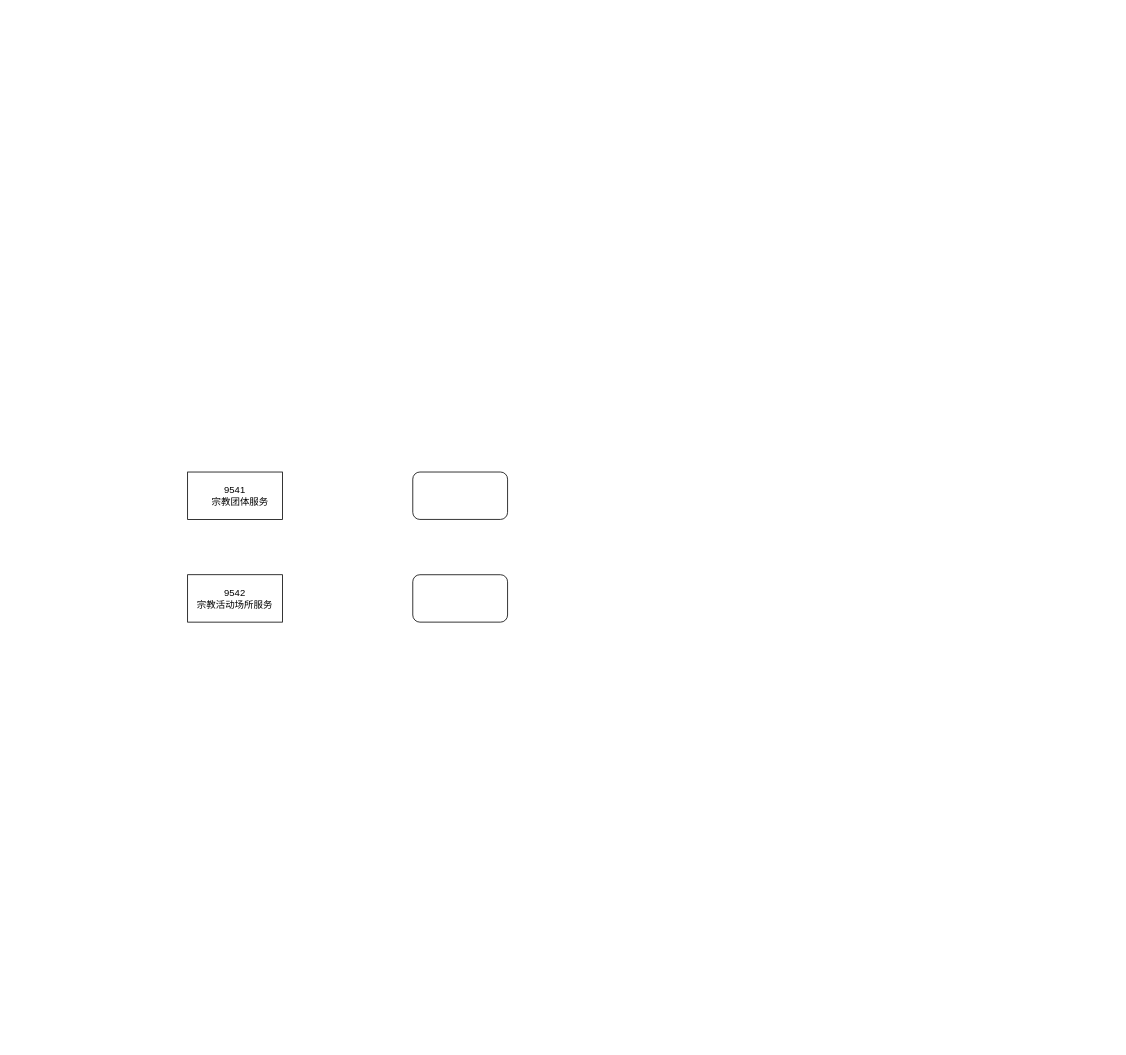
Earlier version of the draw.io diagram 组织机构-行业分类映射.drawio (n-i-n-g-e-n/drawio). Source tidied: cells renumbered, new cells numbered last; positions are measured from the earlier drawing's top-left corner, leaving out a move shared by most shapes. Both pictures are drawn from the tidied source at 79%, with x=0, y=0 at pixel (187, 472).
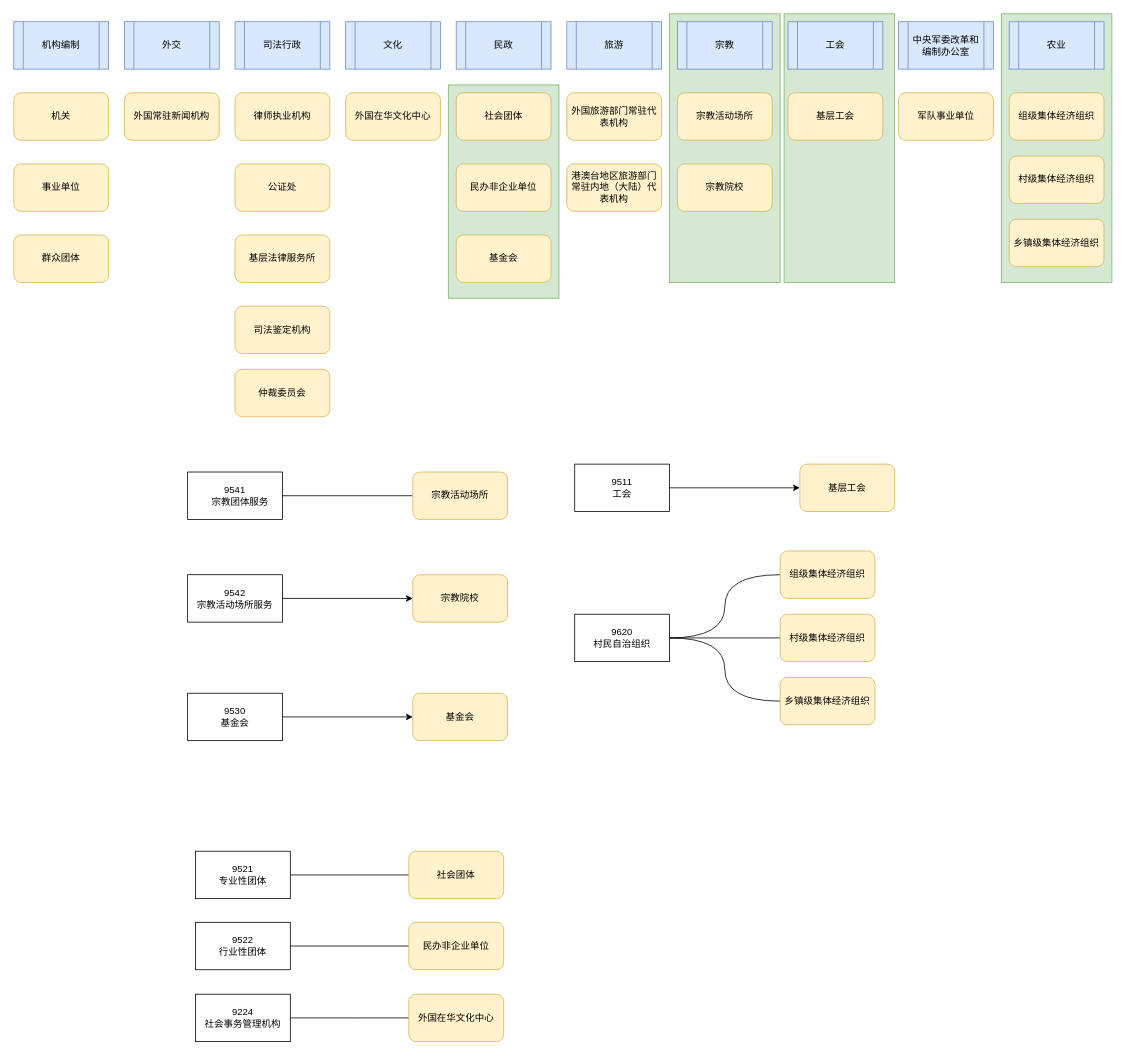
The same diagram, later.

Commit message:
更新组织机构-行业分类映射.drawio

Unchanged cells that the change refers to:
```xml
<mxCell id="2" value="&lt;div&gt;&lt;br&gt;&lt;/div&gt;&lt;div&gt;9541&lt;/div&gt;&lt;div&gt;&amp;nbsp; &amp;nbsp; 宗教团体服务&lt;/div&gt;&lt;div&gt;&lt;br&gt;&lt;/div&gt;" style="rounded=0;whiteSpace=wrap;html=1;" parent="1" vertex="1">
  <mxGeometry width="120" height="60" as="geometry" />
</mxCell>
<mxCell id="3" value="&lt;div&gt;9542&lt;/div&gt;宗教活动场所服务" style="rounded=0;whiteSpace=wrap;html=1;" parent="1" vertex="1">
  <mxGeometry y="130" width="120" height="60" as="geometry" />
</mxCell>
```

Change to the diagram source:
```diff
@@
+    <mxCell id="6" style="rounded=0;whiteSpace=wrap;html=1;fillColor=#d5e8d4;strokeColor=#82b366;" parent="1" vertex="1">
+      <mxGeometry x="330" y="-490" width="140" height="270" as="geometry" />
+    </mxCell>
+    <mxCell id="7" style="rounded=0;whiteSpace=wrap;html=1;fillColor=#d5e8d4;strokeColor=#82b366;" parent="1" vertex="1">
+      <mxGeometry x="1030" y="-580" width="140" height="340" as="geometry" />
+    </mxCell>
+    <mxCell id="8" style="rounded=0;whiteSpace=wrap;html=1;fillColor=#d5e8d4;strokeColor=#82b366;" parent="1" vertex="1">
+      <mxGeometry x="755" y="-580" width="140" height="340" as="geometry" />
+    </mxCell>
+    <mxCell id="9" style="rounded=0;whiteSpace=wrap;html=1;fillColor=#d5e8d4;strokeColor=#82b366;" parent="1" vertex="1">
+      <mxGeometry x="610" y="-580" width="140" height="340" as="geometry" />
+    </mxCell>
+    <mxCell id="10" style="edgeStyle=orthogonalEdgeStyle;rounded=0;jettySize=auto;html=1;exitX=1;exitY=0.5;exitDx=0;exitDy=0;endArrow=none;endFill=0;" parent="1" edge="1" source="2" target="4">
+      <mxGeometry relative="1" as="geometry" />
+    </mxCell>
@@
+    <mxCell id="11" style="edgeStyle=orthogonalEdgeStyle;rounded=0;jettySize=auto;html=1;exitX=1;exitY=0.5;exitDx=0;exitDy=0;" parent="1" edge="1" source="3" target="5">
+      <mxGeometry relative="1" as="geometry" />
+    </mxCell>
@@
-    <mxCell id="4" style="rounded=1;whiteSpace=wrap;html=1;" parent="1" vertex="1">
+    <mxCell id="4" value="宗教活动场所" style="rounded=1;whiteSpace=wrap;html=1;fillColor=#fff2cc;strokeColor=#d6b656;" parent="1" vertex="1">
       <mxGeometry x="285" width="120" height="60" as="geometry" />
     </mxCell>
-    <mxCell id="5" style="rounded=1;whiteSpace=wrap;html=1;" parent="1" vertex="1">
+    <mxCell id="5" value="宗教院校" style="rounded=1;whiteSpace=wrap;html=1;fillColor=#fff2cc;strokeColor=#d6b656;" parent="1" vertex="1">
       <mxGeometry x="285" y="130" width="120" height="60" as="geometry" />
     </mxCell>
+    <mxCell id="12" value="机构编制" style="shape=process;whiteSpace=wrap;html=1;backgroundOutline=1;fillColor=#dae8fc;strokeColor=#6c8ebf;" parent="1" vertex="1">
+      <mxGeometry x="-220" y="-570" width="120" height="60" as="geometry" />
+    </mxCell>
+    <mxCell id="13" value="机关" style="rounded=1;whiteSpace=wrap;html=1;fillColor=#fff2cc;strokeColor=#d6b656;" parent="1" vertex="1">
+      <mxGeometry x="-220" y="-480" width="120" height="60" as="geometry" />
+    </mxCell>
+    <mxCell id="14" value="事业单位" style="rounded=1;whiteSpace=wrap;html=1;fillColor=#fff2cc;strokeColor=#d6b656;" parent="1" vertex="1">
+      <mxGeometry x="-220" y="-390" width="120" height="60" as="geometry" />
+    </mxCell>
+    <mxCell id="15" value="群众团体" style="rounded=1;whiteSpace=wrap;html=1;fillColor=#fff2cc;strokeColor=#d6b656;" parent="1" vertex="1">
+      <mxGeometry x="-220" y="-300" width="120" height="60" as="geometry" />
+    </mxCell>
+    <mxCell id="16" value="外交" style="shape=process;whiteSpace=wrap;html=1;backgroundOutline=1;fillColor=#dae8fc;strokeColor=#6c8ebf;" parent="1" vertex="1">
+      <mxGeometry x="-80" y="-570" width="120" height="60" as="geometry" />
+    </mxCell>
+    <mxCell id="17" value="外国常驻新闻机构" style="rounded=1;whiteSpace=wrap;html=1;fillColor=#fff2cc;strokeColor=#d6b656;" parent="1" vertex="1">
+      <mxGeometry x="-80" y="-480" width="120" height="60" as="geometry" />
+    </mxCell>
+    <mxCell id="18" value="司法行政" style="shape=process;whiteSpace=wrap;html=1;backgroundOutline=1;fillColor=#dae8fc;strokeColor=#6c8ebf;" parent="1" vertex="1">
+      <mxGeometry x="60" y="-570" width="120" height="60" as="geometry" />
+    </mxCell>
+    <mxCell id="19" value="律师执业机构" style="rounded=1;whiteSpace=wrap;html=1;fillColor=#fff2cc;strokeColor=#d6b656;" parent="1" vertex="1">
+      <mxGeometry x="60" y="-480" width="120" height="60" as="geometry" />
+    </mxCell>
+    <mxCell id="20" value="公证处" style="rounded=1;whiteSpace=wrap;html=1;fillColor=#fff2cc;strokeColor=#d6b656;" parent="1" vertex="1">
+      <mxGeometry x="60" y="-390" width="120" height="60" as="geometry" />
+    </mxCell>
+    <mxCell id="21" value="基层法律服务所" style="rounded=1;whiteSpace=wrap;html=1;fillColor=#fff2cc;strokeColor=#d6b656;" parent="1" vertex="1">
+      <mxGeometry x="60" y="-300" width="120" height="60" as="geometry" />
+    </mxCell>
+    <mxCell id="22" value="司法鉴定机构" style="rounded=1;whiteSpace=wrap;html=1;fillColor=#fff2cc;strokeColor=#d6b656;" parent="1" vertex="1">
+      <mxGeometry x="60" y="-210" width="120" height="60" as="geometry" />
+    </mxCell>
+    <mxCell id="23" value="仲裁委员会" style="rounded=1;whiteSpace=wrap;html=1;fillColor=#fff2cc;strokeColor=#d6b656;" parent="1" vertex="1">
+      <mxGeometry x="60" y="-130" width="120" height="60" as="geometry" />
+    </mxCell>
+    <mxCell id="24" value="文化" style="shape=process;whiteSpace=wrap;html=1;backgroundOutline=1;fillColor=#dae8fc;strokeColor=#6c8ebf;" parent="1" vertex="1">
+      <mxGeometry x="200" y="-570" width="120" height="60" as="geometry" />
+    </mxCell>
+    <mxCell id="25" value="外国在华文化中心" style="rounded=1;whiteSpace=wrap;html=1;fillColor=#fff2cc;strokeColor=#d6b656;" parent="1" vertex="1">
+      <mxGeometry x="200" y="-480" width="120" height="60" as="geometry" />
+    </mxCell>
+    <mxCell id="26" value="民政" style="shape=process;whiteSpace=wrap;html=1;backgroundOutline=1;fillColor=#dae8fc;strokeColor=#6c8ebf;" parent="1" vertex="1">
+      <mxGeometry x="340" y="-570" width="120" height="60" as="geometry" />
+    </mxCell>
+    <mxCell id="27" value="旅游" style="shape=process;whiteSpace=wrap;html=1;backgroundOutline=1;fillColor=#dae8fc;strokeColor=#6c8ebf;" parent="1" vertex="1">
+      <mxGeometry x="480" y="-570" width="120" height="60" as="geometry" />
+    </mxCell>
+    <mxCell id="28" value="宗教" style="shape=process;whiteSpace=wrap;html=1;backgroundOutline=1;fillColor=#dae8fc;strokeColor=#6c8ebf;" parent="1" vertex="1">
+      <mxGeometry x="620" y="-570" width="120" height="60" as="geometry" />
+    </mxCell>
+    <mxCell id="29" value="工会" style="shape=process;whiteSpace=wrap;html=1;backgroundOutline=1;fillColor=#dae8fc;strokeColor=#6c8ebf;" parent="1" vertex="1">
+      <mxGeometry x="760" y="-570" width="120" height="60" as="geometry" />
+    </mxCell>
+    <mxCell id="30" value="中央军委改革和编制办公室" style="shape=process;whiteSpace=wrap;html=1;backgroundOutline=1;fillColor=#dae8fc;strokeColor=#6c8ebf;" parent="1" vertex="1">
+      <mxGeometry x="900" y="-570" width="120" height="60" as="geometry" />
+    </mxCell>
+    <mxCell id="31" value="农业" style="shape=process;whiteSpace=wrap;html=1;backgroundOutline=1;fillColor=#dae8fc;strokeColor=#6c8ebf;" parent="1" vertex="1">
+      <mxGeometry x="1040" y="-570" width="120" height="60" as="geometry" />
+    </mxCell>
+    <mxCell id="32" value="社会团体" style="rounded=1;whiteSpace=wrap;html=1;fillColor=#fff2cc;strokeColor=#d6b656;" parent="1" vertex="1">
+      <mxGeometry x="340" y="-480" width="120" height="60" as="geometry" />
+    </mxCell>
+    <mxCell id="33" value="民办非企业单位" style="rounded=1;whiteSpace=wrap;html=1;fillColor=#fff2cc;strokeColor=#d6b656;" parent="1" vertex="1">
+      <mxGeometry x="340" y="-390" width="120" height="60" as="geometry" />
+    </mxCell>
+    <mxCell id="34" value="基金会" style="rounded=1;whiteSpace=wrap;html=1;fillColor=#fff2cc;strokeColor=#d6b656;" parent="1" vertex="1">
+      <mxGeometry x="340" y="-300" width="120" height="60" as="geometry" />
+    </mxCell>
+    <mxCell id="35" value="外国旅游部门常驻代表机构" style="rounded=1;whiteSpace=wrap;html=1;fillColor=#fff2cc;strokeColor=#d6b656;" parent="1" vertex="1">
+      <mxGeometry x="480" y="-480" width="120" height="60" as="geometry" />
+    </mxCell>
+    <mxCell id="36" value="港澳台地区旅游部门常驻内地（大陆）代表机构" style="rounded=1;whiteSpace=wrap;html=1;fillColor=#fff2cc;strokeColor=#d6b656;" parent="1" vertex="1">
+      <mxGeometry x="480" y="-390" width="120" height="60" as="geometry" />
+    </mxCell>
+    <mxCell id="37" value="宗教活动场所" style="rounded=1;whiteSpace=wrap;html=1;fillColor=#fff2cc;strokeColor=#d6b656;" parent="1" vertex="1">
+      <mxGeometry x="620" y="-480" width="120" height="60" as="geometry" />
+    </mxCell>
+    <mxCell id="38" value="宗教院校" style="rounded=1;whiteSpace=wrap;html=1;fillColor=#fff2cc;strokeColor=#d6b656;" parent="1" vertex="1">
+      <mxGeometry x="620" y="-390" width="120" height="60" as="geometry" />
+    </mxCell>
+    <mxCell id="39" value="基层工会" style="rounded=1;whiteSpace=wrap;html=1;fillColor=#fff2cc;strokeColor=#d6b656;" parent="1" vertex="1">
+      <mxGeometry x="760" y="-480" width="120" height="60" as="geometry" />
+    </mxCell>
+    <mxCell id="40" value="军队事业单位" style="rounded=1;whiteSpace=wrap;html=1;fillColor=#fff2cc;strokeColor=#d6b656;" parent="1" vertex="1">
+      <mxGeometry x="900" y="-480" width="120" height="60" as="geometry" />
+    </mxCell>
+    <mxCell id="41" value="组级集体经济组织" style="rounded=1;whiteSpace=wrap;html=1;fillColor=#fff2cc;strokeColor=#d6b656;" parent="1" vertex="1">
+      <mxGeometry x="1040" y="-480" width="120" height="60" as="geometry" />
+    </mxCell>
+    <mxCell id="42" value="村级集体经济组织" style="rounded=1;whiteSpace=wrap;html=1;fillColor=#fff2cc;strokeColor=#d6b656;" parent="1" vertex="1">
+      <mxGeometry x="1040" y="-400" width="120" height="60" as="geometry" />
+    </mxCell>
+    <mxCell id="43" value="乡镇级集体经济组织" style="rounded=1;whiteSpace=wrap;html=1;fillColor=#fff2cc;strokeColor=#d6b656;" parent="1" vertex="1">
+      <mxGeometry x="1040" y="-320" width="120" height="60" as="geometry" />
+    </mxCell>
+    <mxCell id="44" style="edgeStyle=orthogonalEdgeStyle;rounded=0;jettySize=auto;html=1;exitX=1;exitY=0.5;exitDx=0;exitDy=0;" parent="1" edge="1" source="45" target="46">
+      <mxGeometry relative="1" as="geometry" />
+    </mxCell>
+    <mxCell id="45" value="9511&lt;div&gt;&lt;/div&gt;&lt;div&gt;工会&lt;br&gt;&lt;/div&gt;" style="rounded=0;whiteSpace=wrap;html=1;" parent="1" vertex="1">
+      <mxGeometry x="490" y="-10" width="120" height="60" as="geometry" />
+    </mxCell>
+    <mxCell id="46" value="基层工会" style="rounded=1;whiteSpace=wrap;html=1;fillColor=#fff2cc;strokeColor=#d6b656;" parent="1" vertex="1">
+      <mxGeometry x="775" y="-10" width="120" height="60" as="geometry" />
+    </mxCell>
+    <mxCell id="47" style="edgeStyle=orthogonalEdgeStyle;rounded=0;jettySize=auto;html=1;exitX=1;exitY=0.5;exitDx=0;exitDy=0;entryX=0;entryY=0.5;entryDx=0;entryDy=0;curved=1;endArrow=none;endFill=0;" parent="1" edge="1" source="50" target="51">
+      <mxGeometry relative="1" as="geometry" />
+    </mxCell>
+    <mxCell id="48" style="edgeStyle=orthogonalEdgeStyle;rounded=0;jettySize=auto;html=1;exitX=1;exitY=0.5;exitDx=0;exitDy=0;curved=1;endArrow=none;endFill=0;" parent="1" edge="1" source="50" target="52">
+      <mxGeometry relative="1" as="geometry" />
+    </mxCell>
+    <mxCell id="49" style="edgeStyle=orthogonalEdgeStyle;rounded=0;jettySize=auto;html=1;exitX=1;exitY=0.5;exitDx=0;exitDy=0;entryX=0;entryY=0.5;entryDx=0;entryDy=0;curved=1;endArrow=none;endFill=0;" parent="1" edge="1" source="50" target="53">
+      <mxGeometry relative="1" as="geometry" />
+    </mxCell>
+    <mxCell id="50" value="&lt;div&gt;9620&lt;br&gt;村民自治组织&lt;br&gt;&lt;/div&gt;" style="rounded=0;whiteSpace=wrap;html=1;" parent="1" vertex="1">
+      <mxGeometry x="490" y="180" width="120" height="60" as="geometry" />
+    </mxCell>
+    <mxCell id="51" value="组级集体经济组织" style="rounded=1;whiteSpace=wrap;html=1;fillColor=#fff2cc;strokeColor=#d6b656;" parent="1" vertex="1">
+      <mxGeometry x="750" y="100" width="120" height="60" as="geometry" />
+    </mxCell>
+    <mxCell id="52" value="村级集体经济组织" style="rounded=1;whiteSpace=wrap;html=1;fillColor=#fff2cc;strokeColor=#d6b656;" parent="1" vertex="1">
+      <mxGeometry x="750" y="180" width="120" height="60" as="geometry" />
+    </mxCell>
+    <mxCell id="53" value="乡镇级集体经济组织" style="rounded=1;whiteSpace=wrap;html=1;fillColor=#fff2cc;strokeColor=#d6b656;" parent="1" vertex="1">
+      <mxGeometry x="750" y="260" width="120" height="60" as="geometry" />
+    </mxCell>
+    <mxCell id="54" style="edgeStyle=orthogonalEdgeStyle;rounded=0;jettySize=auto;html=1;exitX=1;exitY=0.5;exitDx=0;exitDy=0;" parent="1" edge="1" source="55" target="56">
+      <mxGeometry relative="1" as="geometry" />
+    </mxCell>
+    <mxCell id="55" value="9530&lt;br&gt;基金会&lt;br&gt;&lt;div&gt;&lt;/div&gt;" style="rounded=0;whiteSpace=wrap;html=1;" parent="1" vertex="1">
+      <mxGeometry y="280" width="120" height="60" as="geometry" />
+    </mxCell>
+    <mxCell id="56" value="基金会" style="rounded=1;whiteSpace=wrap;html=1;fillColor=#fff2cc;strokeColor=#d6b656;" parent="1" vertex="1">
+      <mxGeometry x="285" y="280" width="120" height="60" as="geometry" />
+    </mxCell>
+    <mxCell id="57" style="edgeStyle=orthogonalEdgeStyle;rounded=0;jettySize=auto;html=1;exitX=1;exitY=0.5;exitDx=0;exitDy=0;endArrow=none;endFill=0;" parent="1" edge="1" source="58">
+      <mxGeometry relative="1" as="geometry">
+        <mxPoint x="300" y="510" as="targetPoint" />
+      </mxGeometry>
+    </mxCell>
+    <mxCell id="58" value="&lt;div&gt;&lt;span style=&quot;background-color: initial;&quot;&gt;9521&lt;/span&gt;&lt;br&gt;&lt;/div&gt;&lt;div&gt;&lt;span style=&quot;background-color: initial;&quot;&gt;专业性团体&lt;/span&gt;&lt;/div&gt;&lt;div&gt;&lt;/div&gt;" style="rounded=0;whiteSpace=wrap;html=1;" parent="1" vertex="1">
+      <mxGeometry x="10" y="480" width="120" height="60" as="geometry" />
+    </mxCell>
+    <mxCell id="59" value="社会团体" style="rounded=1;whiteSpace=wrap;html=1;fillColor=#fff2cc;strokeColor=#d6b656;" parent="1" vertex="1">
+      <mxGeometry x="280" y="480" width="120" height="60" as="geometry" />
+    </mxCell>
+    <mxCell id="60" style="edgeStyle=orthogonalEdgeStyle;rounded=0;jettySize=auto;html=1;exitX=1;exitY=0.5;exitDx=0;exitDy=0;endArrow=none;endFill=0;" parent="1" edge="1" source="61">
+      <mxGeometry relative="1" as="geometry">
+        <mxPoint x="300" y="600" as="targetPoint" />
+      </mxGeometry>
+    </mxCell>
+    <mxCell id="61" value="&lt;div&gt;9522&lt;br&gt;&lt;/div&gt;&lt;div&gt;行业性团体&lt;br&gt;&lt;/div&gt;&lt;div&gt;&lt;/div&gt;" style="rounded=0;whiteSpace=wrap;html=1;" parent="1" vertex="1">
+      <mxGeometry x="10" y="570" width="120" height="60" as="geometry" />
+    </mxCell>
+    <mxCell id="62" value="民办非企业单位" style="rounded=1;whiteSpace=wrap;html=1;fillColor=#fff2cc;strokeColor=#d6b656;" parent="1" vertex="1">
+      <mxGeometry x="280" y="570" width="120" height="60" as="geometry" />
+    </mxCell>
+    <mxCell id="63" style="edgeStyle=orthogonalEdgeStyle;rounded=0;jettySize=auto;html=1;exitX=1;exitY=0.5;exitDx=0;exitDy=0;endArrow=none;endFill=0;" parent="1" edge="1" source="64">
+      <mxGeometry relative="1" as="geometry">
+        <mxPoint x="300" y="691" as="targetPoint" />
+      </mxGeometry>
+    </mxCell>
+    <mxCell id="64" value="&lt;div&gt;9224&lt;br&gt;社会事务管理机构&lt;/div&gt;&lt;div&gt;&lt;/div&gt;" style="rounded=0;whiteSpace=wrap;html=1;" parent="1" vertex="1">
+      <mxGeometry x="10" y="661" width="120" height="60" as="geometry" />
+    </mxCell>
+    <mxCell id="65" value="外国在华文化中心" style="rounded=1;whiteSpace=wrap;html=1;fillColor=#fff2cc;strokeColor=#d6b656;" parent="1" vertex="1">
+      <mxGeometry x="280" y="661" width="120" height="60" as="geometry" />
+    </mxCell>
```
